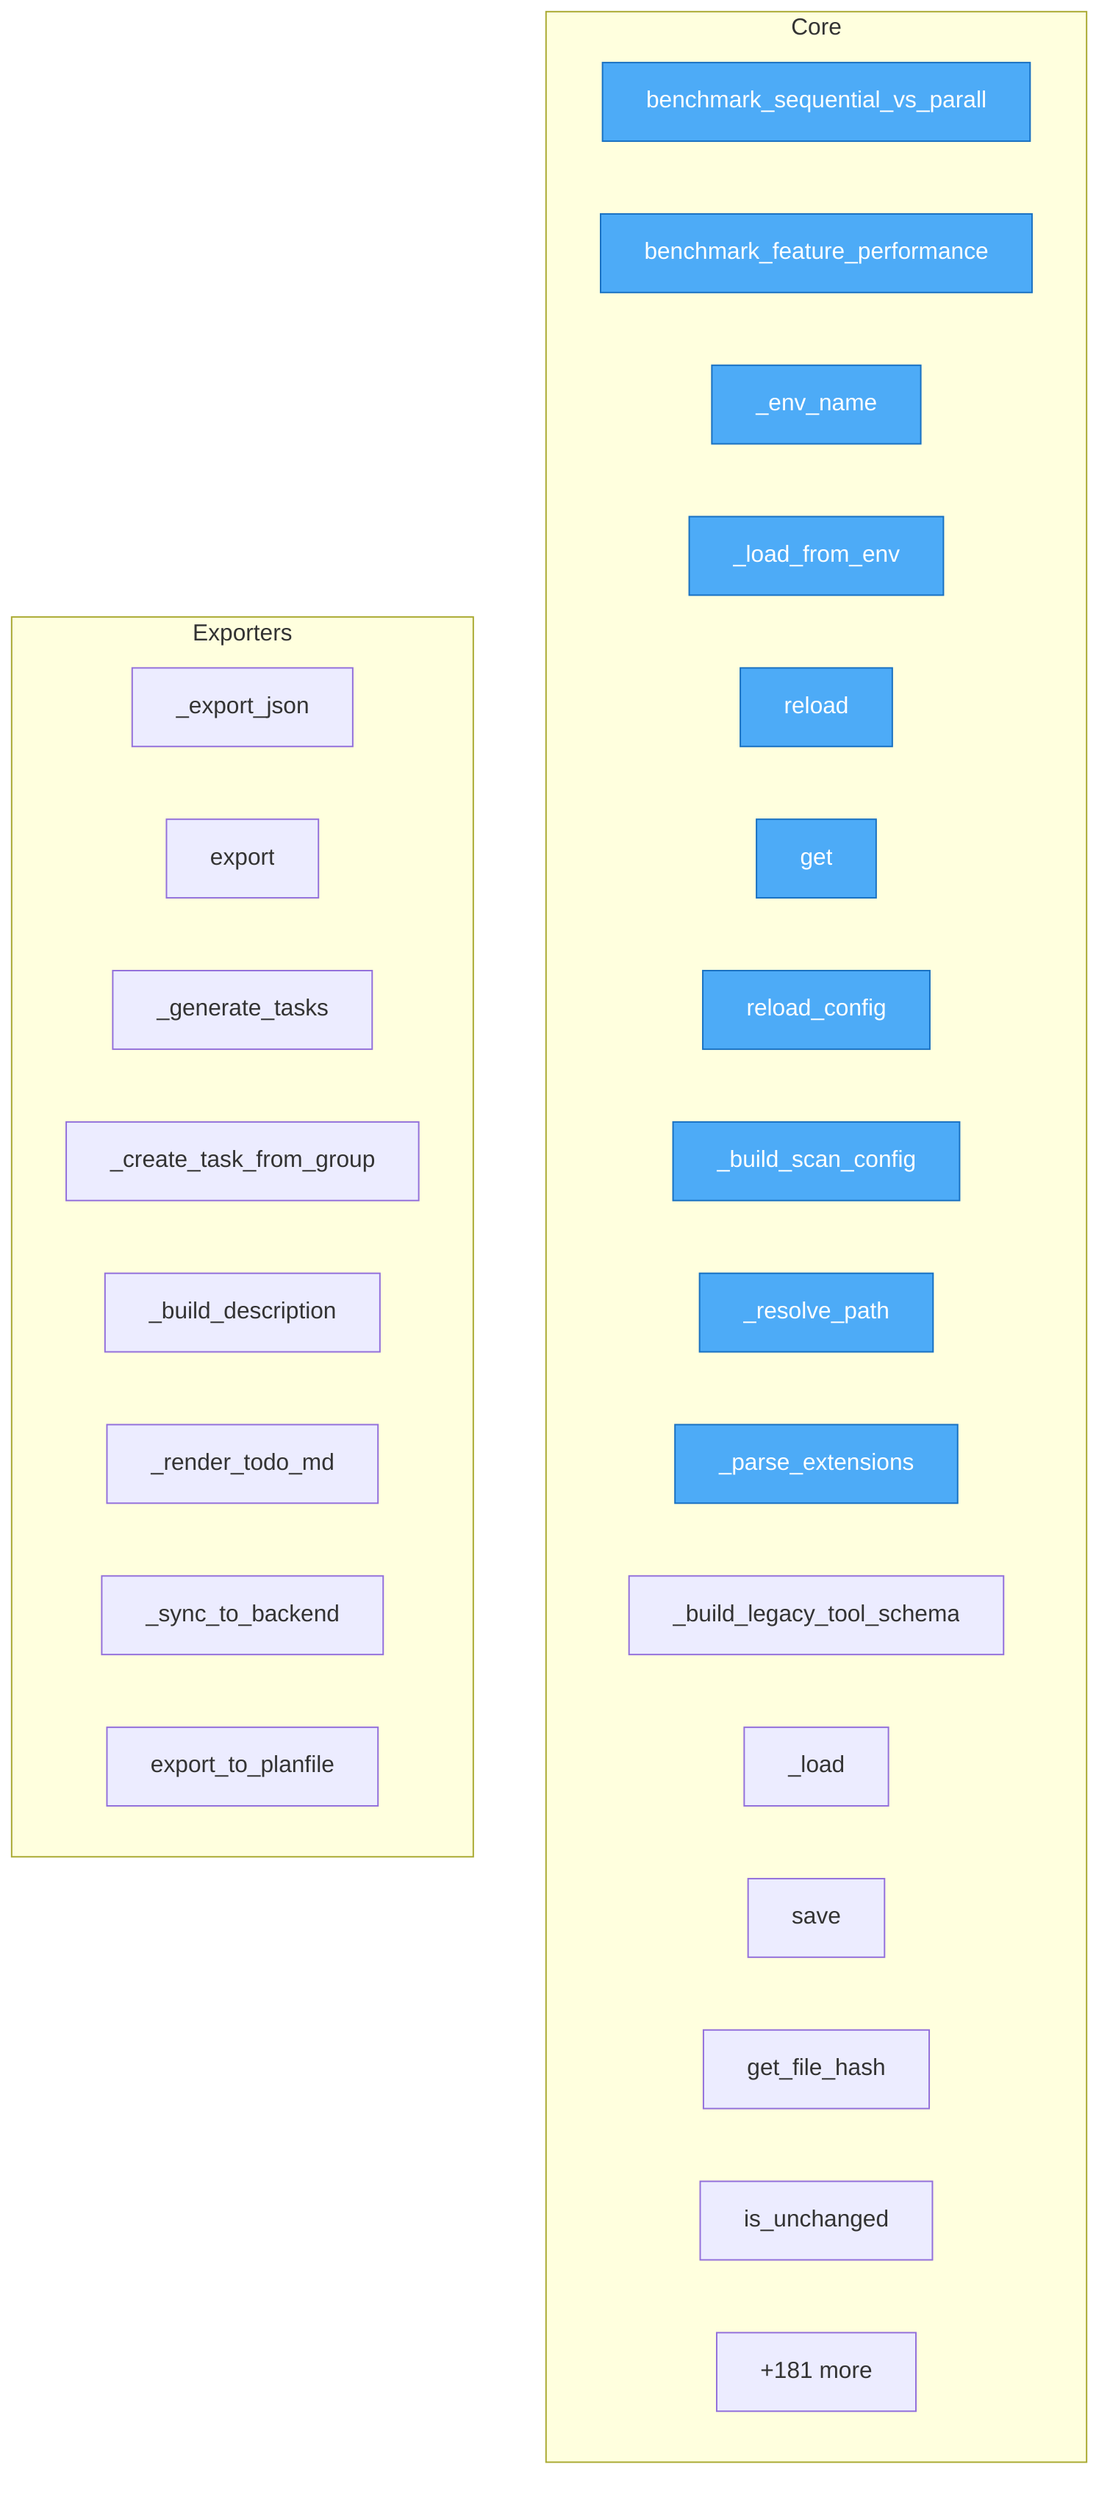
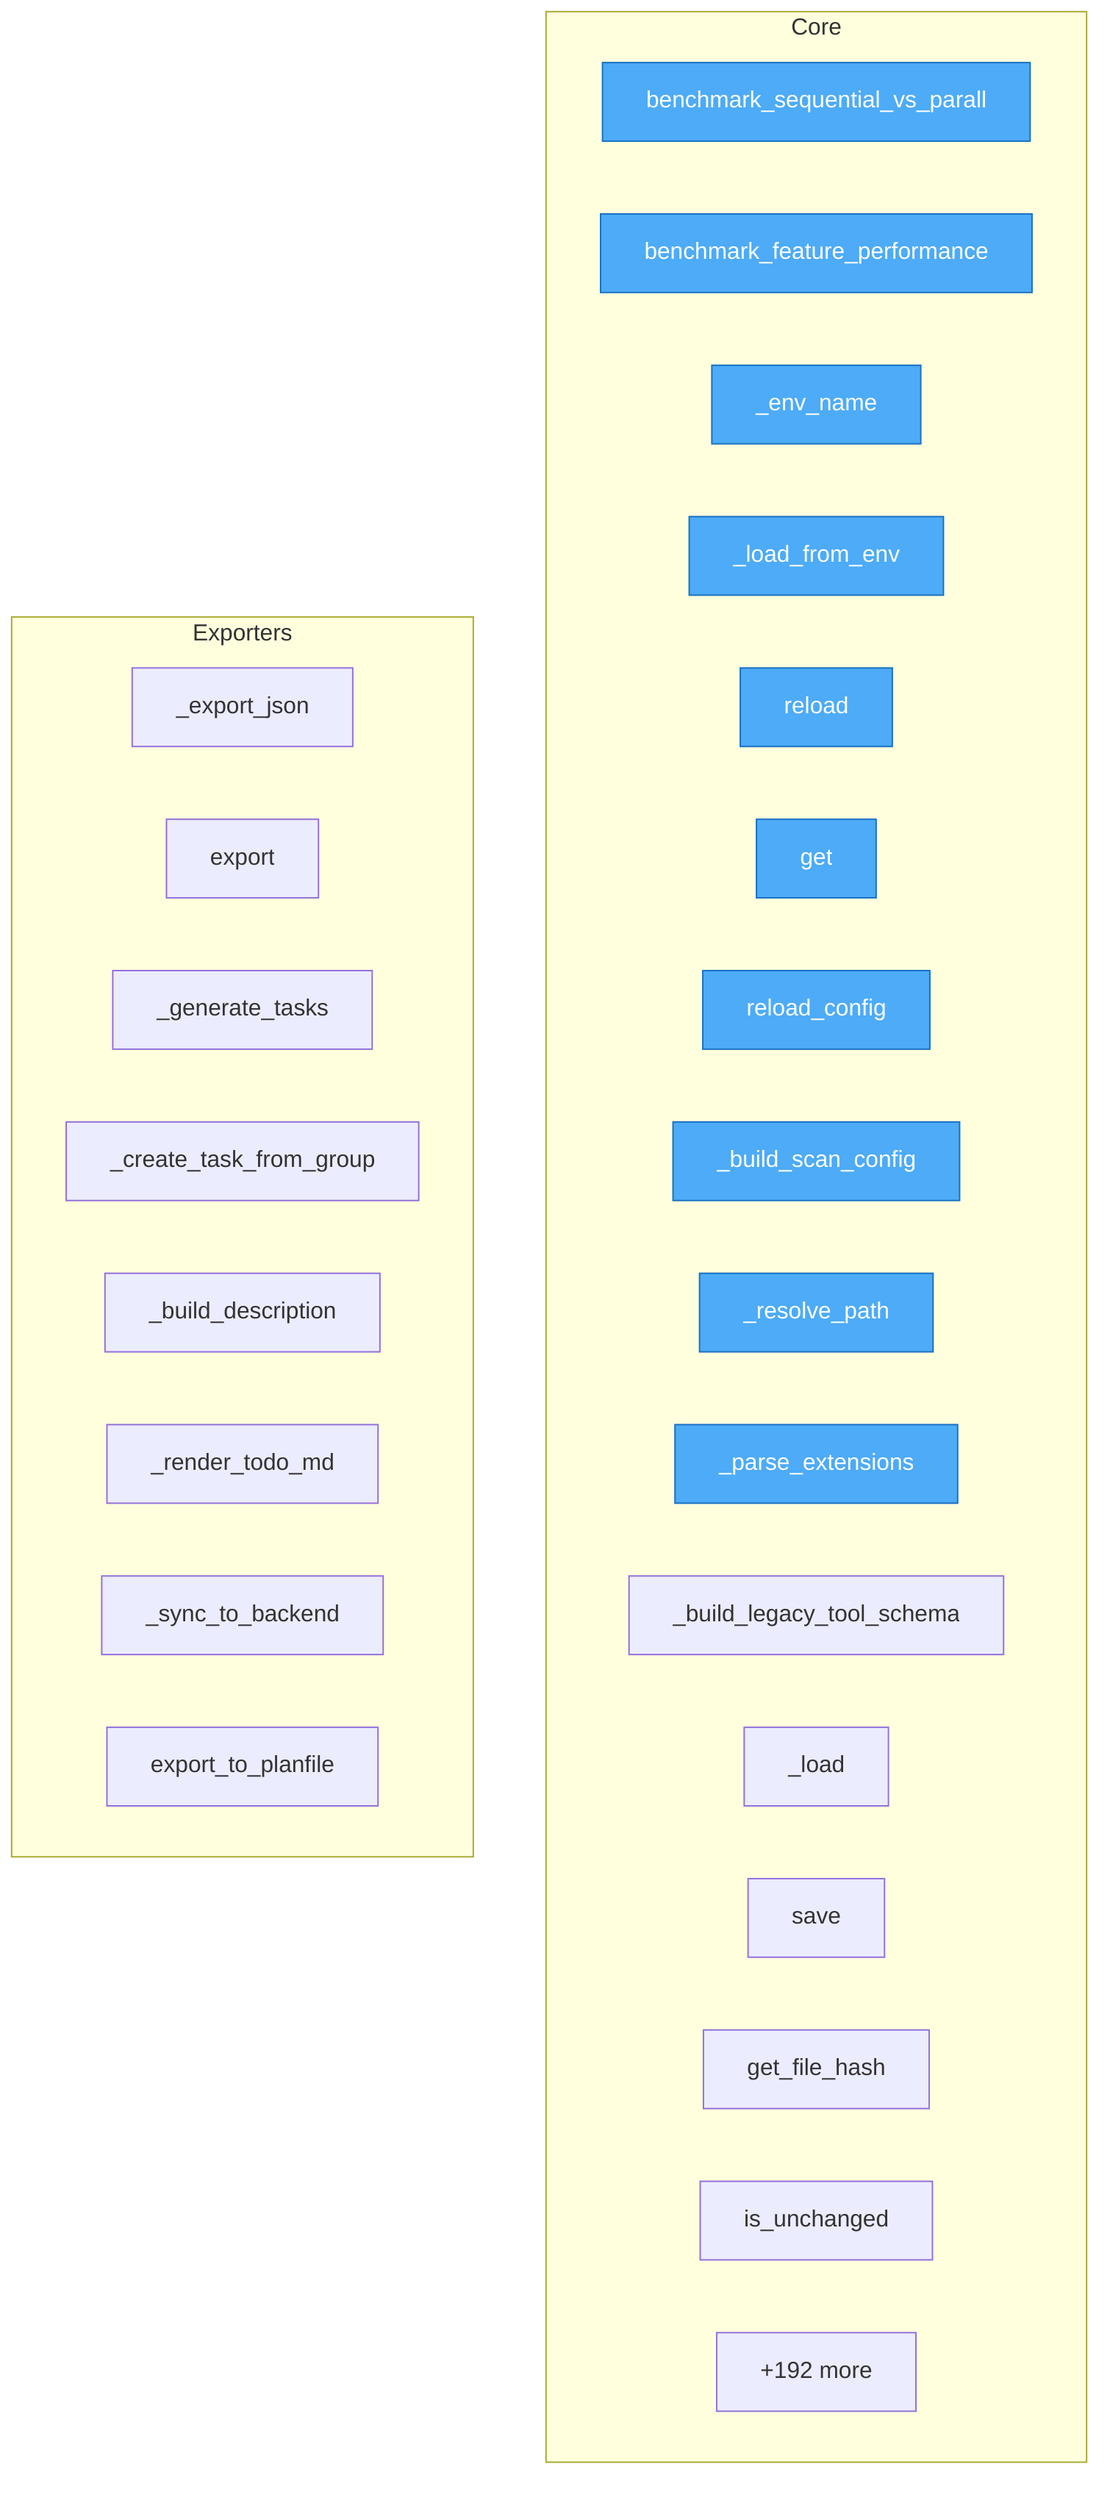
flowchart TD
- %% generated in 0.03s
+ %% generated in 0.02s

    %% Entry points (blue)
    classDef entry fill:#4dabf7,stroke:#1971c2,color:#fff

    subgraph Core
        benchmark__benchmark_sequential_vs_parallel["benchmark_sequential_vs_parall"]
        benchmark__benchmark_feature_performance["benchmark_feature_performance"]
        src__redup__config__RedupConfig___env_name["_env_name"]
        src__redup__config__RedupConfig___load_from_env["_load_from_env"]
        src__redup__config__RedupConfig__reload["reload"]
        src__redup__config__RedupConfig__get["get"]
        src__redup__config__reload_config["reload_config"]
        src__redup__analysis_logic___build_scan_config["_build_scan_config"]
        src__redup__utils___resolve_path["_resolve_path"]
        src__redup__utils___parse_extensions["_parse_extensions"]
        src__redup__mcp_server___build_legacy_tool_schema["_build_legacy_tool_schema"]
        src__redup__core__hash_cache__HashCache___load["_load"]
        src__redup__core__hash_cache__HashCache__save["save"]
        src__redup__core__hash_cache__HashCache__get_file_hash["get_file_hash"]
        src__redup__core__hash_cache__HashCache__is_unchanged["is_unchanged"]
-         ...["+181 more"]
+         ...["+192 more"]
    end

    subgraph Exporters
        src__redup__cli_app__compare_command___export_json["_export_json"]
        src__redup__integrations__planfile_integration__DuplicateTaskExporter__export["export"]
        src__redup__integrations__planfile_integration__DuplicateTaskExporter___generate_tasks["_generate_tasks"]
        src__redup__integrations__planfile_integration__DuplicateTaskExporter___create_task_from_group["_create_task_from_group"]
        src__redup__integrations__planfile_integration__DuplicateTaskExporter___build_description["_build_description"]
        src__redup__integrations__planfile_integration__DuplicateTaskExporter___render_todo_md["_render_todo_md"]
        src__redup__integrations__planfile_integration__DuplicateTaskExporter___sync_to_backend["_sync_to_backend"]
        src__redup__integrations__planfile_integration__export_to_planfile["export_to_planfile"]
    end

    class benchmark__benchmark_sequential_vs_parallel,benchmark__benchmark_feature_performance,src__redup__config__RedupConfig___env_name,src__redup__config__RedupConfig___load_from_env,src__redup__config__RedupConfig__reload,src__redup__config__RedupConfig__get,src__redup__config__reload_config,src__redup__analysis_logic___build_scan_config,src__redup__utils___resolve_path,src__redup__utils___parse_extensions entry
